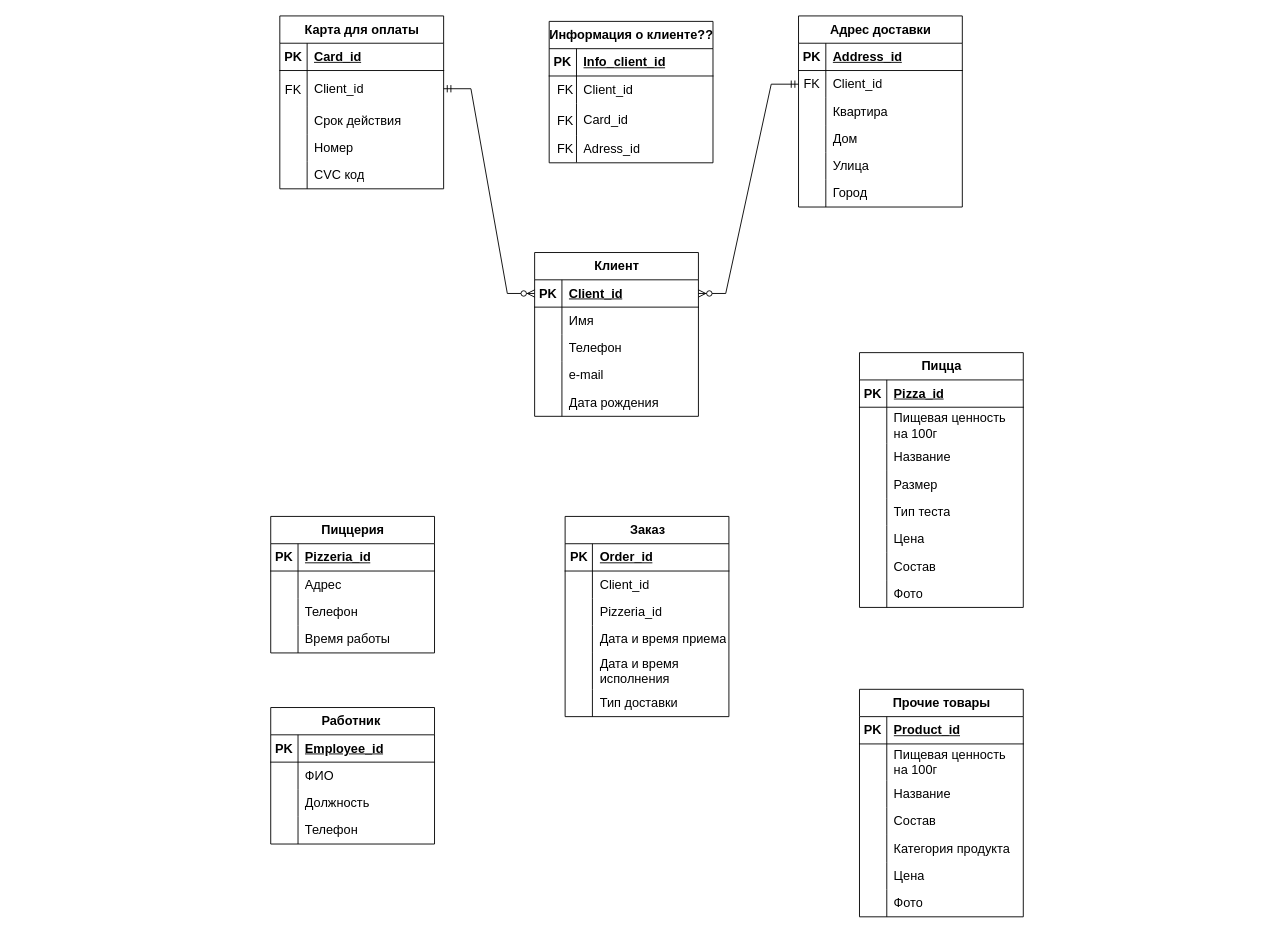
Before: logic_dodo.drawio in iudinads/ER-diagrams, a draw.io diagram. Source tidied: cells renumbered, new cells numbered last; positions are measured from the earlier drawing's top-left corner, leaving out a move shared by most shapes. Both pictures are drawn from the tidied source at 91%, with x=0, y=0 at pixel (270, 15).
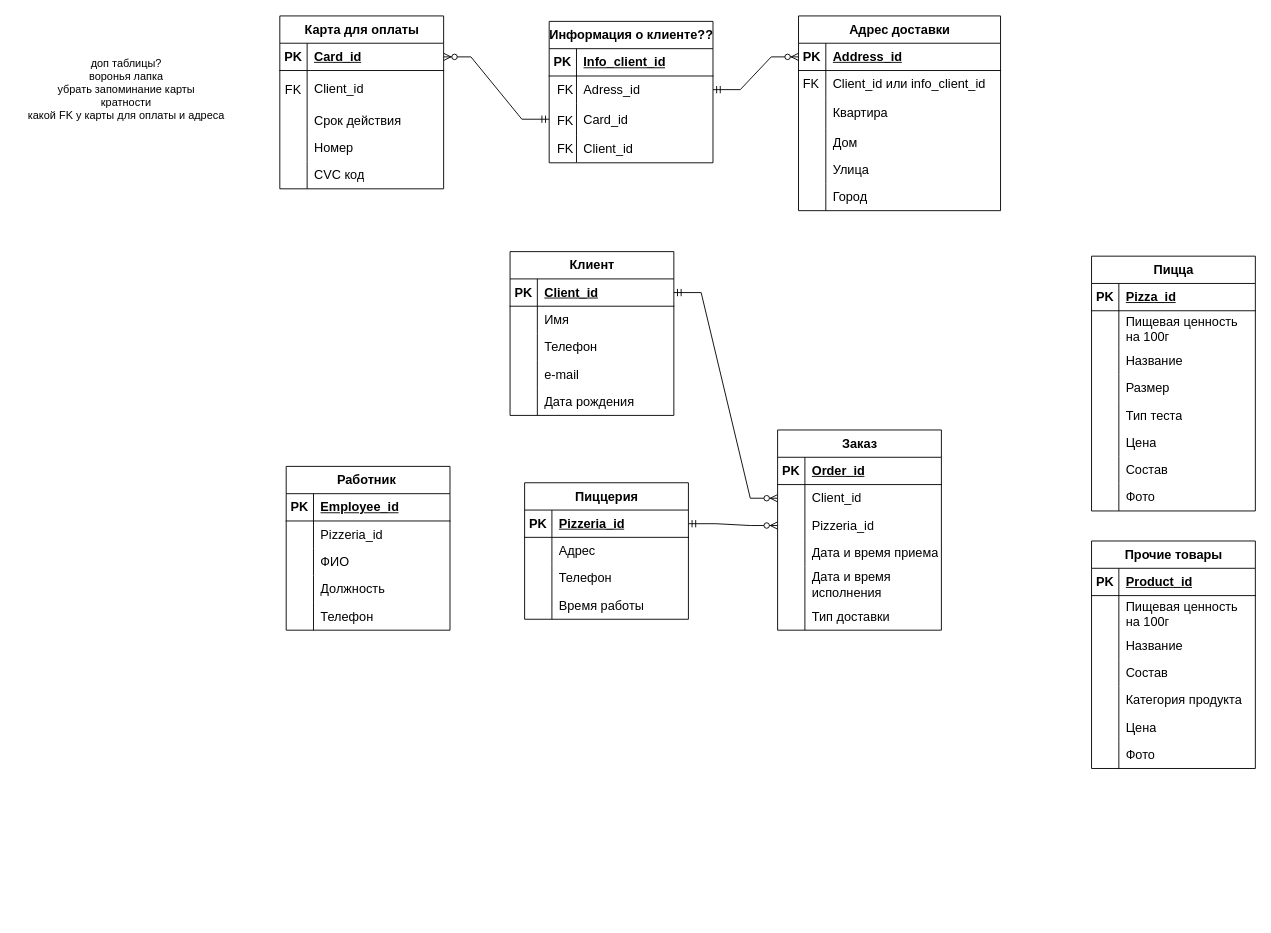
Above is the later version.

The change refers to these unchanged cells:
```xml
<mxCell id="3" style="shape=tableRow;horizontal=0;startSize=0;swimlaneHead=0;swimlaneBody=0;fillColor=none;points=[[0,0.5],[1,0.5]];portConstraint=eastwest;top=0;left=0;right=0;bottom=1;fontSize=14;" parent="2" vertex="1">
  <mxGeometry y="30" width="180" height="30" as="geometry" />
</mxCell>
<mxCell id="6" style="shape=tableRow;horizontal=0;startSize=0;swimlaneHead=0;swimlaneBody=0;fillColor=none;points=[[0,0.5],[1,0.5]];portConstraint=eastwest;top=0;left=0;right=0;bottom=0;fontSize=14;" parent="2" vertex="1">
  <mxGeometry y="60" width="180" height="40" as="geometry" />
</mxCell>
<mxCell id="40" style="shape=tableRow;horizontal=0;startSize=0;swimlaneHead=0;swimlaneBody=0;fillColor=none;points=[[0,0.5],[1,0.5]];portConstraint=eastwest;top=0;left=0;right=0;bottom=1;fontSize=14;" parent="39" vertex="1">
  <mxGeometry y="30" width="180" height="30" as="geometry" />
</mxCell>
<mxCell id="59" style="shape=tableRow;horizontal=0;startSize=0;swimlaneHead=0;swimlaneBody=0;fillColor=none;points=[[0,0.5],[1,0.5]];portConstraint=eastwest;top=0;left=0;right=0;bottom=0;fontSize=14;" parent="55" vertex="1">
  <mxGeometry y="60" width="180" height="30" as="geometry" />
</mxCell>
<mxCell id="62" style="shape=tableRow;horizontal=0;startSize=0;swimlaneHead=0;swimlaneBody=0;fillColor=none;points=[[0,0.5],[1,0.5]];portConstraint=eastwest;top=0;left=0;right=0;bottom=0;fontSize=14;" parent="55" vertex="1">
  <mxGeometry y="90" width="180" height="30" as="geometry" />
</mxCell>
<mxCell id="126" style="shape=tableRow;horizontal=0;startSize=0;swimlaneHead=0;swimlaneBody=0;fillColor=none;points=[[0,0.5],[1,0.5]];portConstraint=eastwest;top=0;left=0;right=0;bottom=1;fontSize=14;" parent="125" vertex="1">
  <mxGeometry y="30" width="180" height="30" as="geometry" />
</mxCell>
<mxCell id="155" style="shape=tableRow;horizontal=0;startSize=0;swimlaneHead=0;swimlaneBody=0;fillColor=none;points=[[0,0.5],[1,0.5]];portConstraint=eastwest;top=0;left=0;right=0;bottom=0;fontSize=14;" parent="151" vertex="1">
  <mxGeometry y="60" width="180" height="30" as="geometry" />
</mxCell>
<mxCell id="158" style="shape=tableRow;horizontal=0;startSize=0;swimlaneHead=0;swimlaneBody=0;fillColor=none;points=[[0,0.5],[1,0.5]];portConstraint=eastwest;top=0;left=0;right=0;bottom=0;fontSize=14;" parent="151" vertex="1">
  <mxGeometry y="90" width="180" height="35" as="geometry" />
</mxCell>
<mxCell id="161" style="shape=tableRow;horizontal=0;startSize=0;swimlaneHead=0;swimlaneBody=0;fillColor=none;top=0;left=0;right=0;bottom=0;fontSize=14;" parent="151" vertex="1">
  <mxGeometry y="125" width="180" height="30" as="geometry" />
</mxCell>
```

Change to the diagram source:
```diff
@@
     <mxCell id="19" value="Адрес доставки" style="shape=table;startSize=30;childLayout=tableLayout;rowLines=0;fontStyle=1;align=center;html=1;fontSize=14;" parent="1" vertex="1">
-      <mxGeometry x="580" width="180" height="210" as="geometry" />
+      <mxGeometry x="580" width="222" height="214" as="geometry" />
     </mxCell>
     <mxCell id="20" style="shape=tableRow;horizontal=0;startSize=0;swimlaneHead=0;swimlaneBody=0;fillColor=none;points=[[0,0.5],[1,0.5]];portConstraint=eastwest;top=0;left=0;right=0;bottom=1;fontSize=14;" parent="19" vertex="1">
-      <mxGeometry y="30" width="180" height="30" as="geometry" />
+      <mxGeometry y="30" width="222" height="30" as="geometry" />
     </mxCell>
@@
     <mxCell id="22" value="Address_id" style="shape=partialRectangle;fillColor=none;top=0;left=0;bottom=0;right=0;align=left;spacingLeft=6;fontStyle=5;overflow=hidden;whiteSpace=wrap;html=1;fontSize=14;" parent="20" vertex="1">
-      <mxGeometry x="30" width="150" height="30" as="geometry" />
+      <mxGeometry x="30" width="192" height="30" as="geometry" />
     </mxCell>
     <mxCell id="23" style="shape=tableRow;horizontal=0;startSize=0;swimlaneHead=0;swimlaneBody=0;fillColor=none;points=[[0,0.5],[1,0.5]];portConstraint=eastwest;top=0;left=0;right=0;bottom=0;fontSize=14;" parent="19" vertex="1">
-      <mxGeometry y="60" width="180" height="30" as="geometry" />
+      <mxGeometry y="60" width="222" height="30" as="geometry" />
     </mxCell>
@@
-    <mxCell id="25" value="Client_id" style="shape=partialRectangle;fillColor=none;top=0;left=0;bottom=0;right=0;align=left;spacingLeft=6;overflow=hidden;whiteSpace=wrap;html=1;fontSize=14;" parent="23" vertex="1">
-      <mxGeometry x="30" width="150" height="30" as="geometry" />
+    <mxCell id="25" value="Client_id или info_client_id" style="shape=partialRectangle;fillColor=none;top=0;left=0;bottom=0;right=0;align=left;spacingLeft=6;overflow=hidden;whiteSpace=wrap;html=1;fontSize=14;" parent="23" vertex="1">
+      <mxGeometry x="30" width="192" height="30" as="geometry" />
     </mxCell>
     <mxCell id="26" style="shape=tableRow;horizontal=0;startSize=0;swimlaneHead=0;swimlaneBody=0;fillColor=none;top=0;left=0;right=0;bottom=0;fontSize=14;" parent="19" vertex="1">
-      <mxGeometry y="90" width="180" height="30" as="geometry" />
+      <mxGeometry y="90" width="222" height="34" as="geometry" />
     </mxCell>
     <mxCell id="27" style="shape=partialRectangle;fillColor=none;top=0;left=0;bottom=0;right=0;overflow=hidden;whiteSpace=wrap;html=1;fontSize=14;" parent="26" vertex="1">
-      <mxGeometry width="30" height="30" as="geometry" />
+      <mxGeometry width="30" height="34" as="geometry" />
     </mxCell>
     <mxCell id="28" value="Квартира" style="shape=partialRectangle;fillColor=none;top=0;left=0;bottom=0;right=0;align=left;spacingLeft=6;overflow=hidden;whiteSpace=wrap;html=1;fontSize=14;" parent="26" vertex="1">
-      <mxGeometry x="30" width="150" height="30" as="geometry" />
+      <mxGeometry x="30" width="192" height="34" as="geometry" />
     </mxCell>
     <mxCell id="29" style="shape=tableRow;horizontal=0;startSize=0;swimlaneHead=0;swimlaneBody=0;fillColor=none;top=0;left=0;right=0;bottom=0;fontSize=14;" parent="19" vertex="1">
-      <mxGeometry y="120" width="180" height="30" as="geometry" />
+      <mxGeometry y="124" width="222" height="30" as="geometry" />
     </mxCell>
@@
     <mxCell id="31" value="Дом" style="shape=partialRectangle;fillColor=none;top=0;left=0;bottom=0;right=0;align=left;spacingLeft=6;overflow=hidden;whiteSpace=wrap;html=1;fontSize=14;" parent="29" vertex="1">
-      <mxGeometry x="30" width="150" height="30" as="geometry" />
+      <mxGeometry x="30" width="192" height="30" as="geometry" />
     </mxCell>
     <mxCell id="32" style="shape=tableRow;horizontal=0;startSize=0;swimlaneHead=0;swimlaneBody=0;fillColor=none;top=0;left=0;right=0;bottom=0;fontSize=14;" parent="19" vertex="1">
-      <mxGeometry y="150" width="180" height="30" as="geometry" />
+      <mxGeometry y="154" width="222" height="30" as="geometry" />
     </mxCell>
@@
     <mxCell id="34" value="Улица" style="shape=partialRectangle;fillColor=none;top=0;left=0;bottom=0;right=0;align=left;spacingLeft=6;overflow=hidden;whiteSpace=wrap;html=1;fontSize=14;" parent="32" vertex="1">
-      <mxGeometry x="30" width="150" height="30" as="geometry" />
+      <mxGeometry x="30" width="192" height="30" as="geometry" />
     </mxCell>
     <mxCell id="35" style="shape=tableRow;horizontal=0;startSize=0;swimlaneHead=0;swimlaneBody=0;fillColor=none;top=0;left=0;right=0;bottom=0;fontSize=14;" parent="19" vertex="1">
-      <mxGeometry y="180" width="180" height="30" as="geometry" />
+      <mxGeometry y="184" width="222" height="30" as="geometry" />
     </mxCell>
@@
     <mxCell id="37" value="Город" style="shape=partialRectangle;fillColor=none;top=0;left=0;bottom=0;right=0;align=left;spacingLeft=6;overflow=hidden;whiteSpace=wrap;html=1;fontSize=14;" parent="35" vertex="1">
-      <mxGeometry x="30" width="150" height="30" as="geometry" />
+      <mxGeometry x="30" width="192" height="30" as="geometry" />
     </mxCell>
     <mxCell id="38" value="FK" style="text;strokeColor=none;align=center;fillColor=none;html=1;verticalAlign=middle;whiteSpace=wrap;rounded=0;fontSize=14;" parent="1" vertex="1">
-      <mxGeometry x="570" y="60" width="50" height="30" as="geometry" />
+      <mxGeometry x="569" y="60" width="50" height="30" as="geometry" />
     </mxCell>
     <mxCell id="39" value="Клиент" style="shape=table;startSize=30;childLayout=tableLayout;rowLines=0;fontStyle=1;align=center;html=1;fontSize=14;" parent="1" vertex="1">
-      <mxGeometry x="290" y="260" width="180" height="180" as="geometry" />
+      <mxGeometry x="263" y="259" width="180" height="180" as="geometry" />
     </mxCell>
@@
     <mxCell id="55" value="Заказ" style="shape=table;startSize=30;childLayout=tableLayout;rowLines=0;fontStyle=1;align=center;html=1;fontSize=14;" parent="1" vertex="1">
-      <mxGeometry x="323.5" y="550" width="180" height="220" as="geometry" />
+      <mxGeometry x="557" y="455" width="180" height="220" as="geometry" />
     </mxCell>
@@
-    <mxCell id="76" style="edgeStyle=entityRelationEdgeStyle;fontSize=14;html=1;endArrow=ERzeroToMany;startArrow=ERmandOne;rounded=0;exitX=1;exitY=0.5;exitDx=0;exitDy=0;entryX=0;entryY=0.5;entryDx=0;entryDy=0;" parent="1" edge="1" source="6" target="40">
+    <mxCell id="76" style="edgeStyle=entityRelationEdgeStyle;fontSize=14;html=1;endArrow=ERzeroToMany;startArrow=ERmandOne;rounded=0;exitX=0;exitY=0.5;exitDx=0;exitDy=0;entryX=1;entryY=0.5;entryDx=0;entryDy=0;" parent="1" edge="1" source="158" target="3">
       <mxGeometry relative="1" as="geometry" />
     </mxCell>
-    <mxCell id="77" style="edgeStyle=entityRelationEdgeStyle;fontSize=14;html=1;endArrow=ERzeroToMany;startArrow=ERmandOne;rounded=0;exitX=0;exitY=0.5;exitDx=0;exitDy=0;entryX=1;entryY=0.5;entryDx=0;entryDy=0;" parent="1" edge="1" source="23" target="40">
+    <mxCell id="77" style="edgeStyle=entityRelationEdgeStyle;fontSize=14;html=1;endArrow=ERzeroToMany;startArrow=ERmandOne;rounded=0;entryX=0;entryY=0.5;entryDx=0;entryDy=0;exitX=1;exitY=0.5;exitDx=0;exitDy=0;" parent="1" edge="1" source="155" target="20">
       <mxGeometry relative="1" as="geometry">
         <Array as="points">
-          <mxPoint x="280" y="300" />
-          <mxPoint x="280" y="305" />
+          <mxPoint x="484" y="79" />
+          <mxPoint x="233" y="405" />
+          <mxPoint x="233" y="410" />
+          <mxPoint x="574" y="72" />
+          <mxPoint x="531" y="217" />
         </Array>
       </mxGeometry>
     </mxCell>
     <mxCell id="78" value="Пицца" style="shape=table;startSize=30;childLayout=tableLayout;rowLines=0;fontStyle=1;align=center;html=1;fontSize=14;" parent="1" vertex="1">
-      <mxGeometry x="647" y="370" width="180" height="280" as="geometry" />
+      <mxGeometry x="902" y="264" width="180" height="280" as="geometry" />
     </mxCell>
@@
     <mxCell id="103" value="Прочие товары" style="shape=table;startSize=30;childLayout=tableLayout;rowLines=0;fontStyle=1;align=center;html=1;fontSize=14;" parent="1" vertex="1">
-      <mxGeometry x="647" y="740" width="180" height="250" as="geometry" />
+      <mxGeometry x="902" y="577" width="180" height="250" as="geometry" />
     </mxCell>
@@
     <mxCell id="125" value="Пиццерия" style="shape=table;startSize=30;childLayout=tableLayout;rowLines=0;fontStyle=1;align=center;html=1;fontSize=14;" parent="1" vertex="1">
-      <mxGeometry y="550" width="180" height="150" as="geometry" />
+      <mxGeometry x="279" y="513" width="180" height="150" as="geometry" />
     </mxCell>
@@
     <mxCell id="138" value="Работник&amp;nbsp;" style="shape=table;startSize=30;childLayout=tableLayout;rowLines=0;fontStyle=1;align=center;html=1;fontSize=14;" parent="1" vertex="1">
-      <mxGeometry y="760" width="180" height="150" as="geometry" />
+      <mxGeometry x="17" y="495" width="180" height="180" as="geometry" />
     </mxCell>
@@
+    <mxCell id="165" style="shape=tableRow;horizontal=0;startSize=0;swimlaneHead=0;swimlaneBody=0;fillColor=none;top=0;left=0;right=0;bottom=0;fontSize=14;" parent="138" vertex="1">
+      <mxGeometry y="60" width="180" height="30" as="geometry" />
+    </mxCell>
+    <mxCell id="166" style="shape=partialRectangle;fillColor=none;top=0;left=0;bottom=0;right=0;overflow=hidden;whiteSpace=wrap;html=1;fontSize=14;" parent="165" vertex="1">
+      <mxGeometry width="30" height="30" as="geometry" />
+    </mxCell>
+    <mxCell id="167" value="Pizzeria_id" style="shape=partialRectangle;fillColor=none;top=0;left=0;bottom=0;right=0;align=left;spacingLeft=6;overflow=hidden;whiteSpace=wrap;html=1;fontSize=14;" parent="165" vertex="1">
+      <mxGeometry x="30" width="150" height="30" as="geometry" />
+    </mxCell>
     <mxCell id="142" style="shape=tableRow;horizontal=0;startSize=0;swimlaneHead=0;swimlaneBody=0;fillColor=none;top=0;left=0;right=0;bottom=0;fontSize=14;" parent="138" vertex="1">
-      <mxGeometry y="60" width="180" height="30" as="geometry" />
+      <mxGeometry y="90" width="180" height="30" as="geometry" />
     </mxCell>
@@
     <mxCell id="145" style="shape=tableRow;horizontal=0;startSize=0;swimlaneHead=0;swimlaneBody=0;fillColor=none;top=0;left=0;right=0;bottom=0;fontSize=14;" parent="138" vertex="1">
-      <mxGeometry y="90" width="180" height="30" as="geometry" />
+      <mxGeometry y="120" width="180" height="30" as="geometry" />
     </mxCell>
@@
     <mxCell id="148" style="shape=tableRow;horizontal=0;startSize=0;swimlaneHead=0;swimlaneBody=0;fillColor=none;top=0;left=0;right=0;bottom=0;fontSize=14;" parent="138" vertex="1">
-      <mxGeometry y="120" width="180" height="30" as="geometry" />
+      <mxGeometry y="150" width="180" height="30" as="geometry" />
     </mxCell>
@@
-    <mxCell id="157" value="Client_id" style="shape=partialRectangle;fillColor=none;top=0;left=0;bottom=0;right=0;align=left;spacingLeft=6;overflow=hidden;whiteSpace=wrap;html=1;fontSize=14;" parent="155" vertex="1">
+    <mxCell id="157" value="Adress_id" style="shape=partialRectangle;fillColor=none;top=0;left=0;bottom=0;right=0;align=left;spacingLeft=6;overflow=hidden;whiteSpace=wrap;html=1;fontSize=14;" parent="155" vertex="1">
       <mxGeometry x="30" width="150" height="30" as="geometry" />
     </mxCell>
@@
-    <mxCell id="163" value="Adress_id" style="shape=partialRectangle;fillColor=none;top=0;left=0;bottom=0;right=0;align=left;spacingLeft=6;overflow=hidden;whiteSpace=wrap;html=1;fontSize=14;" parent="161" vertex="1">
+    <mxCell id="163" value="Client_id" style="shape=partialRectangle;fillColor=none;top=0;left=0;bottom=0;right=0;align=left;spacingLeft=6;overflow=hidden;whiteSpace=wrap;html=1;fontSize=14;" parent="161" vertex="1">
       <mxGeometry x="30" width="150" height="30" as="geometry" />
     </mxCell>
@@
+    <mxCell id="168" style="edgeStyle=entityRelationEdgeStyle;fontSize=12;html=1;endArrow=ERzeroToMany;startArrow=ERmandOne;rounded=0;entryX=0;entryY=0.5;entryDx=0;entryDy=0;exitX=1;exitY=0.5;exitDx=0;exitDy=0;" parent="1" edge="1" source="40" target="59">
+      <mxGeometry relative="1" as="geometry">
+        <Array as="points">
+          <mxPoint x="227" y="613" />
+          <mxPoint x="381" y="599" />
+          <mxPoint x="278" y="557" />
+          <mxPoint x="210" y="412" />
+          <mxPoint x="280" y="365" />
+          <mxPoint x="286" y="431" />
+          <mxPoint x="294" y="298" />
+          <mxPoint x="305" y="363" />
+          <mxPoint x="313" y="368" />
+        </Array>
+      </mxGeometry>
+    </mxCell>
+    <mxCell id="169" style="edgeStyle=entityRelationEdgeStyle;fontSize=12;html=1;endArrow=ERzeroToMany;startArrow=ERmandOne;rounded=0;exitX=1;exitY=0.5;exitDx=0;exitDy=0;entryX=0;entryY=0.5;entryDx=0;entryDy=0;" parent="1" edge="1" source="126" target="62">
+      <mxGeometry relative="1" as="geometry" />
+    </mxCell>
+    <mxCell id="170" value="доп таблицы?&lt;div&gt;воронья лапка&lt;/div&gt;&lt;div&gt;убрать запоминание карты&lt;/div&gt;&lt;div&gt;кратности&lt;/div&gt;&lt;div&gt;какой FK у карты для оплаты и адреса&lt;/div&gt;" style="text;html=1;align=center;verticalAlign=middle;whiteSpace=wrap;rounded=0;" parent="1" vertex="1">
+      <mxGeometry x="-280" y="20" width="243" height="122" as="geometry" />
+    </mxCell>
```
